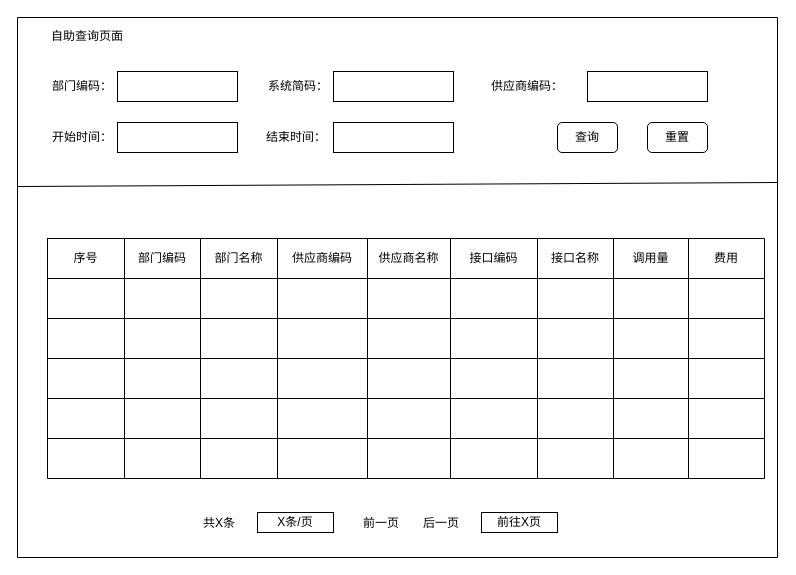
5309609/diagrams keeps this draw.io diagram as page "自助查询" (2 of 2) of dpiv.drawio. Above is the earlier version. Source tidied: cells renumbered, new cells numbered last; positions are measured from the earlier drawing's top-left corner, leaving out a move shared by most shapes. Both pictures are drawn from the tidied source at 100%, with x=0, y=0 at pixel (17, 17).
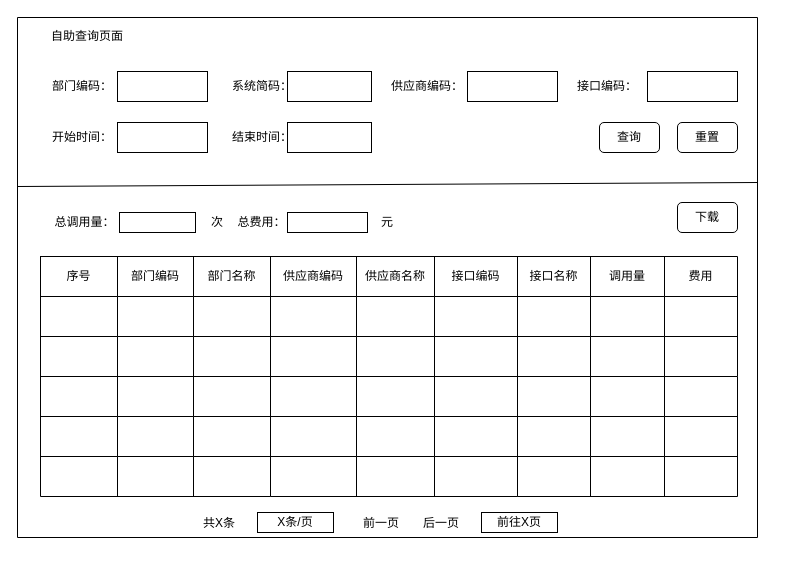
After the change.

Diff of the diagram source:
```diff
@@
     <mxCell id="2" style="swimlane;startSize=0;" parent="1" vertex="1">
-      <mxGeometry width="760" height="540" as="geometry" />
+      <mxGeometry width="740" height="520" as="geometry" />
     </mxCell>
@@
     <mxCell id="4" style="rounded=0;whiteSpace=wrap;html=1;" parent="2" vertex="1">
-      <mxGeometry x="100" y="54" width="120" height="30" as="geometry" />
+      <mxGeometry x="100" y="54" width="90" height="30" as="geometry" />
     </mxCell>
@@
     <mxCell id="6" style="rounded=0;whiteSpace=wrap;html=1;" parent="2" vertex="1">
-      <mxGeometry x="316" y="54" width="120" height="30" as="geometry" />
+      <mxGeometry x="270" y="54" width="84" height="30" as="geometry" />
     </mxCell>
     <mxCell id="7" value="系统简码：" style="text;html=1;strokeColor=none;fillColor=none;align=center;verticalAlign=middle;whiteSpace=wrap;rounded=0;" parent="2" vertex="1">
-      <mxGeometry x="246" y="54" width="70" height="30" as="geometry" />
+      <mxGeometry x="210" y="54" width="70" height="30" as="geometry" />
     </mxCell>
     <mxCell id="8" style="rounded=0;whiteSpace=wrap;html=1;" parent="2" vertex="1">
-      <mxGeometry x="100" y="105" width="120" height="30" as="geometry" />
+      <mxGeometry x="100" y="105" width="90" height="30" as="geometry" />
     </mxCell>
@@
     <mxCell id="10" style="rounded=0;whiteSpace=wrap;html=1;" parent="2" vertex="1">
-      <mxGeometry x="316" y="105" width="120" height="30" as="geometry" />
+      <mxGeometry x="270" y="105" width="84" height="30" as="geometry" />
     </mxCell>
     <mxCell id="11" value="结束时间：" style="text;html=1;strokeColor=none;fillColor=none;align=center;verticalAlign=middle;whiteSpace=wrap;rounded=0;" parent="2" vertex="1">
-      <mxGeometry x="244" y="105" width="70" height="30" as="geometry" />
+      <mxGeometry x="210" y="105" width="70" height="30" as="geometry" />
     </mxCell>
     <mxCell id="12" style="rounded=0;whiteSpace=wrap;html=1;" parent="2" vertex="1">
-      <mxGeometry x="570" y="54" width="120" height="30" as="geometry" />
+      <mxGeometry x="450" y="54" width="90" height="30" as="geometry" />
     </mxCell>
     <mxCell id="13" value="供应商编码：" style="text;html=1;strokeColor=none;fillColor=none;align=center;verticalAlign=middle;whiteSpace=wrap;rounded=0;" parent="2" vertex="1">
-      <mxGeometry x="470" y="54" width="80" height="30" as="geometry" />
+      <mxGeometry x="370" y="54" width="80" height="30" as="geometry" />
     </mxCell>
     <mxCell id="14" value="查询" style="rounded=1;whiteSpace=wrap;html=1;" parent="2" vertex="1">
-      <mxGeometry x="540" y="105" width="60" height="30" as="geometry" />
+      <mxGeometry x="582" y="105" width="60" height="30" as="geometry" />
     </mxCell>
     <mxCell id="15" value="重置" style="rounded=1;whiteSpace=wrap;html=1;" parent="2" vertex="1">
-      <mxGeometry x="630" y="105" width="60" height="30" as="geometry" />
+      <mxGeometry x="660" y="105" width="60" height="30" as="geometry" />
     </mxCell>
     <mxCell id="16" style="shape=table;html=1;whiteSpace=wrap;startSize=0;childLayout=tableLayout;" parent="2" vertex="1">
-      <mxGeometry x="30" y="221" width="230" height="120" as="geometry" />
+      <mxGeometry x="23" y="239" width="230" height="120" as="geometry" />
     </mxCell>
@@
     <mxCell id="29" style="shape=table;html=1;whiteSpace=wrap;startSize=0;childLayout=tableLayout;" parent="2" vertex="1">
-      <mxGeometry x="260" y="221" width="260" height="120" as="geometry" />
+      <mxGeometry x="253" y="239" width="247" height="120" as="geometry" />
     </mxCell>
     <mxCell id="30" style="shape=tableRow;horizontal=0;startSize=0;swimlaneHead=0;swimlaneBody=0;top=0;left=0;bottom=0;right=0;fillColor=none;" parent="29" vertex="1">
-      <mxGeometry width="260" height="40" as="geometry" />
+      <mxGeometry width="247" height="40" as="geometry" />
     </mxCell>
     <mxCell id="31" value="供应商编码" style="shape=partialRectangle;html=1;whiteSpace=wrap;fillColor=none;top=0;left=0;bottom=0;right=0;overflow=hidden;" parent="30" vertex="1">
-      <mxGeometry width="90" height="40" as="geometry" />
+      <mxGeometry width="86" height="40" as="geometry" />
     </mxCell>
     <mxCell id="32" value="供应商名称" style="shape=partialRectangle;html=1;whiteSpace=wrap;fillColor=none;top=0;left=0;bottom=0;right=0;overflow=hidden;" parent="30" vertex="1">
-      <mxGeometry x="90" width="83" height="40" as="geometry" />
+      <mxGeometry x="86" width="78" height="40" as="geometry" />
     </mxCell>
     <mxCell id="33" value="接口编码" style="shape=partialRectangle;html=1;whiteSpace=wrap;fillColor=none;top=0;left=0;bottom=0;right=0;overflow=hidden;" parent="30" vertex="1">
-      <mxGeometry x="173" width="87" height="40" as="geometry" />
+      <mxGeometry x="164" width="83" height="40" as="geometry" />
     </mxCell>
     <mxCell id="34" style="shape=tableRow;horizontal=0;startSize=0;swimlaneHead=0;swimlaneBody=0;top=0;left=0;bottom=0;right=0;fillColor=none;" parent="29" vertex="1">
-      <mxGeometry y="40" width="260" height="40" as="geometry" />
+      <mxGeometry y="40" width="247" height="40" as="geometry" />
     </mxCell>
     <mxCell id="35" style="shape=partialRectangle;html=1;whiteSpace=wrap;fillColor=none;top=0;left=0;bottom=0;right=0;overflow=hidden;" parent="34" vertex="1">
-      <mxGeometry width="90" height="40" as="geometry" />
+      <mxGeometry width="86" height="40" as="geometry" />
     </mxCell>
     <mxCell id="36" style="shape=partialRectangle;html=1;whiteSpace=wrap;fillColor=none;top=0;left=0;bottom=0;right=0;overflow=hidden;" parent="34" vertex="1">
-      <mxGeometry x="90" width="83" height="40" as="geometry" />
+      <mxGeometry x="86" width="78" height="40" as="geometry" />
     </mxCell>
     <mxCell id="37" style="shape=partialRectangle;html=1;whiteSpace=wrap;fillColor=none;top=0;left=0;bottom=0;right=0;overflow=hidden;" parent="34" vertex="1">
-      <mxGeometry x="173" width="87" height="40" as="geometry" />
+      <mxGeometry x="164" width="83" height="40" as="geometry" />
     </mxCell>
     <mxCell id="38" style="shape=tableRow;horizontal=0;startSize=0;swimlaneHead=0;swimlaneBody=0;top=0;left=0;bottom=0;right=0;fillColor=none;" parent="29" vertex="1">
-      <mxGeometry y="80" width="260" height="40" as="geometry" />
+      <mxGeometry y="80" width="247" height="40" as="geometry" />
     </mxCell>
     <mxCell id="39" style="shape=partialRectangle;html=1;whiteSpace=wrap;fillColor=none;top=0;left=0;bottom=0;right=0;overflow=hidden;" parent="38" vertex="1">
-      <mxGeometry width="90" height="40" as="geometry" />
+      <mxGeometry width="86" height="40" as="geometry" />
     </mxCell>
     <mxCell id="40" style="shape=partialRectangle;html=1;whiteSpace=wrap;fillColor=none;top=0;left=0;bottom=0;right=0;overflow=hidden;" parent="38" vertex="1">
-      <mxGeometry x="90" width="83" height="40" as="geometry" />
+      <mxGeometry x="86" width="78" height="40" as="geometry" />
     </mxCell>
     <mxCell id="41" style="shape=partialRectangle;html=1;whiteSpace=wrap;fillColor=none;top=0;left=0;bottom=0;right=0;overflow=hidden;" parent="38" vertex="1">
-      <mxGeometry x="173" width="87" height="40" as="geometry" />
+      <mxGeometry x="164" width="83" height="40" as="geometry" />
     </mxCell>
     <mxCell id="42" style="shape=table;html=1;whiteSpace=wrap;startSize=0;childLayout=tableLayout;" parent="2" vertex="1">
-      <mxGeometry x="520" y="221" width="227" height="120" as="geometry" />
+      <mxGeometry x="500" y="239" width="220" height="120" as="geometry" />
     </mxCell>
     <mxCell id="43" style="shape=tableRow;horizontal=0;startSize=0;swimlaneHead=0;swimlaneBody=0;top=0;left=0;bottom=0;right=0;fillColor=none;" parent="42" vertex="1">
-      <mxGeometry width="227" height="40" as="geometry" />
+      <mxGeometry width="220" height="40" as="geometry" />
     </mxCell>
     <mxCell id="44" value="接口名称" style="shape=partialRectangle;html=1;whiteSpace=wrap;fillColor=none;top=0;left=0;bottom=0;right=0;overflow=hidden;" parent="43" vertex="1">
-      <mxGeometry width="76" height="40" as="geometry" />
+      <mxGeometry width="73" height="40" as="geometry" />
     </mxCell>
     <mxCell id="45" value="调用量" style="shape=partialRectangle;html=1;whiteSpace=wrap;fillColor=none;top=0;left=0;bottom=0;right=0;overflow=hidden;" parent="43" vertex="1">
-      <mxGeometry x="76" width="75" height="40" as="geometry" />
+      <mxGeometry x="73" width="74" height="40" as="geometry" />
     </mxCell>
     <mxCell id="46" value="费用" style="shape=partialRectangle;html=1;whiteSpace=wrap;fillColor=none;top=0;left=0;bottom=0;right=0;overflow=hidden;" parent="43" vertex="1">
-      <mxGeometry x="151" width="76" height="40" as="geometry" />
+      <mxGeometry x="147" width="73" height="40" as="geometry" />
     </mxCell>
     <mxCell id="47" style="shape=tableRow;horizontal=0;startSize=0;swimlaneHead=0;swimlaneBody=0;top=0;left=0;bottom=0;right=0;fillColor=none;" parent="42" vertex="1">
-      <mxGeometry y="40" width="227" height="40" as="geometry" />
+      <mxGeometry y="40" width="220" height="40" as="geometry" />
     </mxCell>
     <mxCell id="48" style="shape=partialRectangle;html=1;whiteSpace=wrap;fillColor=none;top=0;left=0;bottom=0;right=0;overflow=hidden;" parent="47" vertex="1">
-      <mxGeometry width="76" height="40" as="geometry" />
+      <mxGeometry width="73" height="40" as="geometry" />
     </mxCell>
     <mxCell id="49" style="shape=partialRectangle;html=1;whiteSpace=wrap;fillColor=none;top=0;left=0;bottom=0;right=0;overflow=hidden;" parent="47" vertex="1">
-      <mxGeometry x="76" width="75" height="40" as="geometry" />
+      <mxGeometry x="73" width="74" height="40" as="geometry" />
     </mxCell>
     <mxCell id="50" style="shape=partialRectangle;html=1;whiteSpace=wrap;fillColor=none;top=0;left=0;bottom=0;right=0;overflow=hidden;" parent="47" vertex="1">
-      <mxGeometry x="151" width="76" height="40" as="geometry" />
+      <mxGeometry x="147" width="73" height="40" as="geometry" />
     </mxCell>
     <mxCell id="51" style="shape=tableRow;horizontal=0;startSize=0;swimlaneHead=0;swimlaneBody=0;top=0;left=0;bottom=0;right=0;fillColor=none;" parent="42" vertex="1">
-      <mxGeometry y="80" width="227" height="40" as="geometry" />
+      <mxGeometry y="80" width="220" height="40" as="geometry" />
     </mxCell>
     <mxCell id="52" style="shape=partialRectangle;html=1;whiteSpace=wrap;fillColor=none;top=0;left=0;bottom=0;right=0;overflow=hidden;" parent="51" vertex="1">
-      <mxGeometry width="76" height="40" as="geometry" />
+      <mxGeometry width="73" height="40" as="geometry" />
     </mxCell>
     <mxCell id="53" style="shape=partialRectangle;html=1;whiteSpace=wrap;fillColor=none;top=0;left=0;bottom=0;right=0;overflow=hidden;" parent="51" vertex="1">
-      <mxGeometry x="76" width="75" height="40" as="geometry" />
+      <mxGeometry x="73" width="74" height="40" as="geometry" />
     </mxCell>
     <mxCell id="54" style="shape=partialRectangle;html=1;whiteSpace=wrap;fillColor=none;top=0;left=0;bottom=0;right=0;overflow=hidden;" parent="51" vertex="1">
-      <mxGeometry x="151" width="76" height="40" as="geometry" />
+      <mxGeometry x="147" width="73" height="40" as="geometry" />
     </mxCell>
     <mxCell id="55" style="shape=table;html=1;whiteSpace=wrap;startSize=0;childLayout=tableLayout;" parent="2" vertex="1">
-      <mxGeometry x="30" y="341" width="230" height="120" as="geometry" />
+      <mxGeometry x="23" y="359" width="230" height="120" as="geometry" />
     </mxCell>
@@
     <mxCell id="68" style="shape=table;html=1;whiteSpace=wrap;startSize=0;childLayout=tableLayout;" parent="2" vertex="1">
-      <mxGeometry x="260" y="341" width="260" height="120" as="geometry" />
+      <mxGeometry x="253" y="359" width="247" height="120" as="geometry" />
     </mxCell>
     <mxCell id="69" style="shape=tableRow;horizontal=0;startSize=0;swimlaneHead=0;swimlaneBody=0;top=0;left=0;bottom=0;right=0;fillColor=none;" parent="68" vertex="1">
-      <mxGeometry width="260" height="40" as="geometry" />
+      <mxGeometry width="247" height="40" as="geometry" />
     </mxCell>
     <mxCell id="70" style="shape=partialRectangle;html=1;whiteSpace=wrap;fillColor=none;top=0;left=0;bottom=0;right=0;overflow=hidden;" parent="69" vertex="1">
-      <mxGeometry width="90" height="40" as="geometry" />
+      <mxGeometry width="86" height="40" as="geometry" />
     </mxCell>
     <mxCell id="71" style="shape=partialRectangle;html=1;whiteSpace=wrap;fillColor=none;top=0;left=0;bottom=0;right=0;overflow=hidden;" parent="69" vertex="1">
-      <mxGeometry x="90" width="83" height="40" as="geometry" />
+      <mxGeometry x="86" width="78" height="40" as="geometry" />
     </mxCell>
     <mxCell id="72" style="shape=partialRectangle;html=1;whiteSpace=wrap;fillColor=none;top=0;left=0;bottom=0;right=0;overflow=hidden;" parent="69" vertex="1">
-      <mxGeometry x="173" width="87" height="40" as="geometry" />
+      <mxGeometry x="164" width="83" height="40" as="geometry" />
     </mxCell>
     <mxCell id="73" style="shape=tableRow;horizontal=0;startSize=0;swimlaneHead=0;swimlaneBody=0;top=0;left=0;bottom=0;right=0;fillColor=none;" parent="68" vertex="1">
-      <mxGeometry y="40" width="260" height="40" as="geometry" />
+      <mxGeometry y="40" width="247" height="40" as="geometry" />
     </mxCell>
     <mxCell id="74" style="shape=partialRectangle;html=1;whiteSpace=wrap;fillColor=none;top=0;left=0;bottom=0;right=0;overflow=hidden;" parent="73" vertex="1">
-      <mxGeometry width="90" height="40" as="geometry" />
+      <mxGeometry width="86" height="40" as="geometry" />
     </mxCell>
     <mxCell id="75" style="shape=partialRectangle;html=1;whiteSpace=wrap;fillColor=none;top=0;left=0;bottom=0;right=0;overflow=hidden;" parent="73" vertex="1">
-      <mxGeometry x="90" width="83" height="40" as="geometry" />
+      <mxGeometry x="86" width="78" height="40" as="geometry" />
     </mxCell>
     <mxCell id="76" style="shape=partialRectangle;html=1;whiteSpace=wrap;fillColor=none;top=0;left=0;bottom=0;right=0;overflow=hidden;" parent="73" vertex="1">
-      <mxGeometry x="173" width="87" height="40" as="geometry" />
+      <mxGeometry x="164" width="83" height="40" as="geometry" />
     </mxCell>
     <mxCell id="77" style="shape=tableRow;horizontal=0;startSize=0;swimlaneHead=0;swimlaneBody=0;top=0;left=0;bottom=0;right=0;fillColor=none;" parent="68" vertex="1">
-      <mxGeometry y="80" width="260" height="40" as="geometry" />
+      <mxGeometry y="80" width="247" height="40" as="geometry" />
     </mxCell>
     <mxCell id="78" style="shape=partialRectangle;html=1;whiteSpace=wrap;fillColor=none;top=0;left=0;bottom=0;right=0;overflow=hidden;" parent="77" vertex="1">
-      <mxGeometry width="90" height="40" as="geometry" />
+      <mxGeometry width="86" height="40" as="geometry" />
     </mxCell>
     <mxCell id="79" style="shape=partialRectangle;html=1;whiteSpace=wrap;fillColor=none;top=0;left=0;bottom=0;right=0;overflow=hidden;" parent="77" vertex="1">
-      <mxGeometry x="90" width="83" height="40" as="geometry" />
+      <mxGeometry x="86" width="78" height="40" as="geometry" />
     </mxCell>
     <mxCell id="80" style="shape=partialRectangle;html=1;whiteSpace=wrap;fillColor=none;top=0;left=0;bottom=0;right=0;overflow=hidden;" parent="77" vertex="1">
-      <mxGeometry x="173" width="87" height="40" as="geometry" />
+      <mxGeometry x="164" width="83" height="40" as="geometry" />
     </mxCell>
     <mxCell id="81" style="shape=table;html=1;whiteSpace=wrap;startSize=0;childLayout=tableLayout;" parent="2" vertex="1">
-      <mxGeometry x="520" y="341" width="227" height="120" as="geometry" />
+      <mxGeometry x="500" y="359" width="220" height="120" as="geometry" />
     </mxCell>
     <mxCell id="82" style="shape=tableRow;horizontal=0;startSize=0;swimlaneHead=0;swimlaneBody=0;top=0;left=0;bottom=0;right=0;fillColor=none;" parent="81" vertex="1">
-      <mxGeometry width="227" height="40" as="geometry" />
+      <mxGeometry width="220" height="40" as="geometry" />
     </mxCell>
     <mxCell id="83" style="shape=partialRectangle;html=1;whiteSpace=wrap;fillColor=none;top=0;left=0;bottom=0;right=0;overflow=hidden;" parent="82" vertex="1">
-      <mxGeometry width="76" height="40" as="geometry" />
+      <mxGeometry width="73" height="40" as="geometry" />
     </mxCell>
     <mxCell id="84" style="shape=partialRectangle;html=1;whiteSpace=wrap;fillColor=none;top=0;left=0;bottom=0;right=0;overflow=hidden;" parent="82" vertex="1">
-      <mxGeometry x="76" width="75" height="40" as="geometry" />
+      <mxGeometry x="73" width="74" height="40" as="geometry" />
     </mxCell>
     <mxCell id="85" style="shape=partialRectangle;html=1;whiteSpace=wrap;fillColor=none;top=0;left=0;bottom=0;right=0;overflow=hidden;" parent="82" vertex="1">
-      <mxGeometry x="151" width="76" height="40" as="geometry" />
+      <mxGeometry x="147" width="73" height="40" as="geometry" />
     </mxCell>
     <mxCell id="86" style="shape=tableRow;horizontal=0;startSize=0;swimlaneHead=0;swimlaneBody=0;top=0;left=0;bottom=0;right=0;fillColor=none;" parent="81" vertex="1">
-      <mxGeometry y="40" width="227" height="40" as="geometry" />
+      <mxGeometry y="40" width="220" height="40" as="geometry" />
     </mxCell>
     <mxCell id="87" style="shape=partialRectangle;html=1;whiteSpace=wrap;fillColor=none;top=0;left=0;bottom=0;right=0;overflow=hidden;" parent="86" vertex="1">
-      <mxGeometry width="76" height="40" as="geometry" />
+      <mxGeometry width="73" height="40" as="geometry" />
     </mxCell>
     <mxCell id="88" style="shape=partialRectangle;html=1;whiteSpace=wrap;fillColor=none;top=0;left=0;bottom=0;right=0;overflow=hidden;" parent="86" vertex="1">
-      <mxGeometry x="76" width="75" height="40" as="geometry" />
+      <mxGeometry x="73" width="74" height="40" as="geometry" />
     </mxCell>
     <mxCell id="89" style="shape=partialRectangle;html=1;whiteSpace=wrap;fillColor=none;top=0;left=0;bottom=0;right=0;overflow=hidden;" parent="86" vertex="1">
-      <mxGeometry x="151" width="76" height="40" as="geometry" />
+      <mxGeometry x="147" width="73" height="40" as="geometry" />
     </mxCell>
     <mxCell id="90" style="shape=tableRow;horizontal=0;startSize=0;swimlaneHead=0;swimlaneBody=0;top=0;left=0;bottom=0;right=0;fillColor=none;" parent="81" vertex="1">
-      <mxGeometry y="80" width="227" height="40" as="geometry" />
+      <mxGeometry y="80" width="220" height="40" as="geometry" />
     </mxCell>
     <mxCell id="91" style="shape=partialRectangle;html=1;whiteSpace=wrap;fillColor=none;top=0;left=0;bottom=0;right=0;overflow=hidden;" parent="90" vertex="1">
-      <mxGeometry width="76" height="40" as="geometry" />
+      <mxGeometry width="73" height="40" as="geometry" />
     </mxCell>
     <mxCell id="92" style="shape=partialRectangle;html=1;whiteSpace=wrap;fillColor=none;top=0;left=0;bottom=0;right=0;overflow=hidden;" parent="90" vertex="1">
-      <mxGeometry x="76" width="75" height="40" as="geometry" />
+      <mxGeometry x="73" width="74" height="40" as="geometry" />
     </mxCell>
     <mxCell id="93" style="shape=partialRectangle;html=1;whiteSpace=wrap;fillColor=none;top=0;left=0;bottom=0;right=0;overflow=hidden;" parent="90" vertex="1">
-      <mxGeometry x="151" width="76" height="40" as="geometry" />
+      <mxGeometry x="147" width="73" height="40" as="geometry" />
     </mxCell>
@@
+    <mxCell id="100" value="下载" style="rounded=1;whiteSpace=wrap;html=1;" parent="2" vertex="1">
+      <mxGeometry x="660" y="185" width="60" height="30" as="geometry" />
+    </mxCell>
+    <mxCell id="101" style="rounded=0;whiteSpace=wrap;html=1;" parent="2" vertex="1">
+      <mxGeometry x="630" y="54" width="90" height="30" as="geometry" />
+    </mxCell>
+    <mxCell id="102" value="接口编码：" style="text;html=1;strokeColor=none;fillColor=none;align=center;verticalAlign=middle;whiteSpace=wrap;rounded=0;" parent="2" vertex="1">
+      <mxGeometry x="550" y="54" width="80" height="30" as="geometry" />
+    </mxCell>
+    <mxCell id="103" value="总调用量：" style="text;html=1;strokeColor=none;fillColor=none;align=center;verticalAlign=middle;whiteSpace=wrap;rounded=0;" parent="2" vertex="1">
+      <mxGeometry x="25" y="190" width="85" height="30" as="geometry" />
+    </mxCell>
+    <mxCell id="104" style="rounded=0;whiteSpace=wrap;html=1;" parent="2" vertex="1">
+      <mxGeometry x="102" y="195" width="76" height="20" as="geometry" />
+    </mxCell>
+    <mxCell id="105" value="次" style="text;html=1;strokeColor=none;fillColor=none;align=center;verticalAlign=middle;whiteSpace=wrap;rounded=0;" parent="2" vertex="1">
+      <mxGeometry x="170" y="190" width="60" height="30" as="geometry" />
+    </mxCell>
+    <mxCell id="106" value="总费用：" style="text;html=1;strokeColor=none;fillColor=none;align=center;verticalAlign=middle;whiteSpace=wrap;rounded=0;" parent="2" vertex="1">
+      <mxGeometry x="202" y="190" width="85" height="30" as="geometry" />
+    </mxCell>
+    <mxCell id="107" style="rounded=0;whiteSpace=wrap;html=1;" parent="2" vertex="1">
+      <mxGeometry x="270" y="195" width="80" height="20" as="geometry" />
+    </mxCell>
+    <mxCell id="108" value="元" style="text;html=1;strokeColor=none;fillColor=none;align=center;verticalAlign=middle;whiteSpace=wrap;rounded=0;" parent="2" vertex="1">
+      <mxGeometry x="340" y="190" width="60" height="30" as="geometry" />
+    </mxCell>
     <mxCell id="99" style="endArrow=none;html=1;rounded=0;exitX=0;exitY=0.25;exitDx=0;exitDy=0;" parent="1" edge="1">
       <mxGeometry relative="1" as="geometry">
         <mxPoint y="169" as="sourcePoint" />
-        <mxPoint x="760" y="165" as="targetPoint" />
+        <mxPoint x="740" y="165" as="targetPoint" />
       </mxGeometry>
     </mxCell>
```
